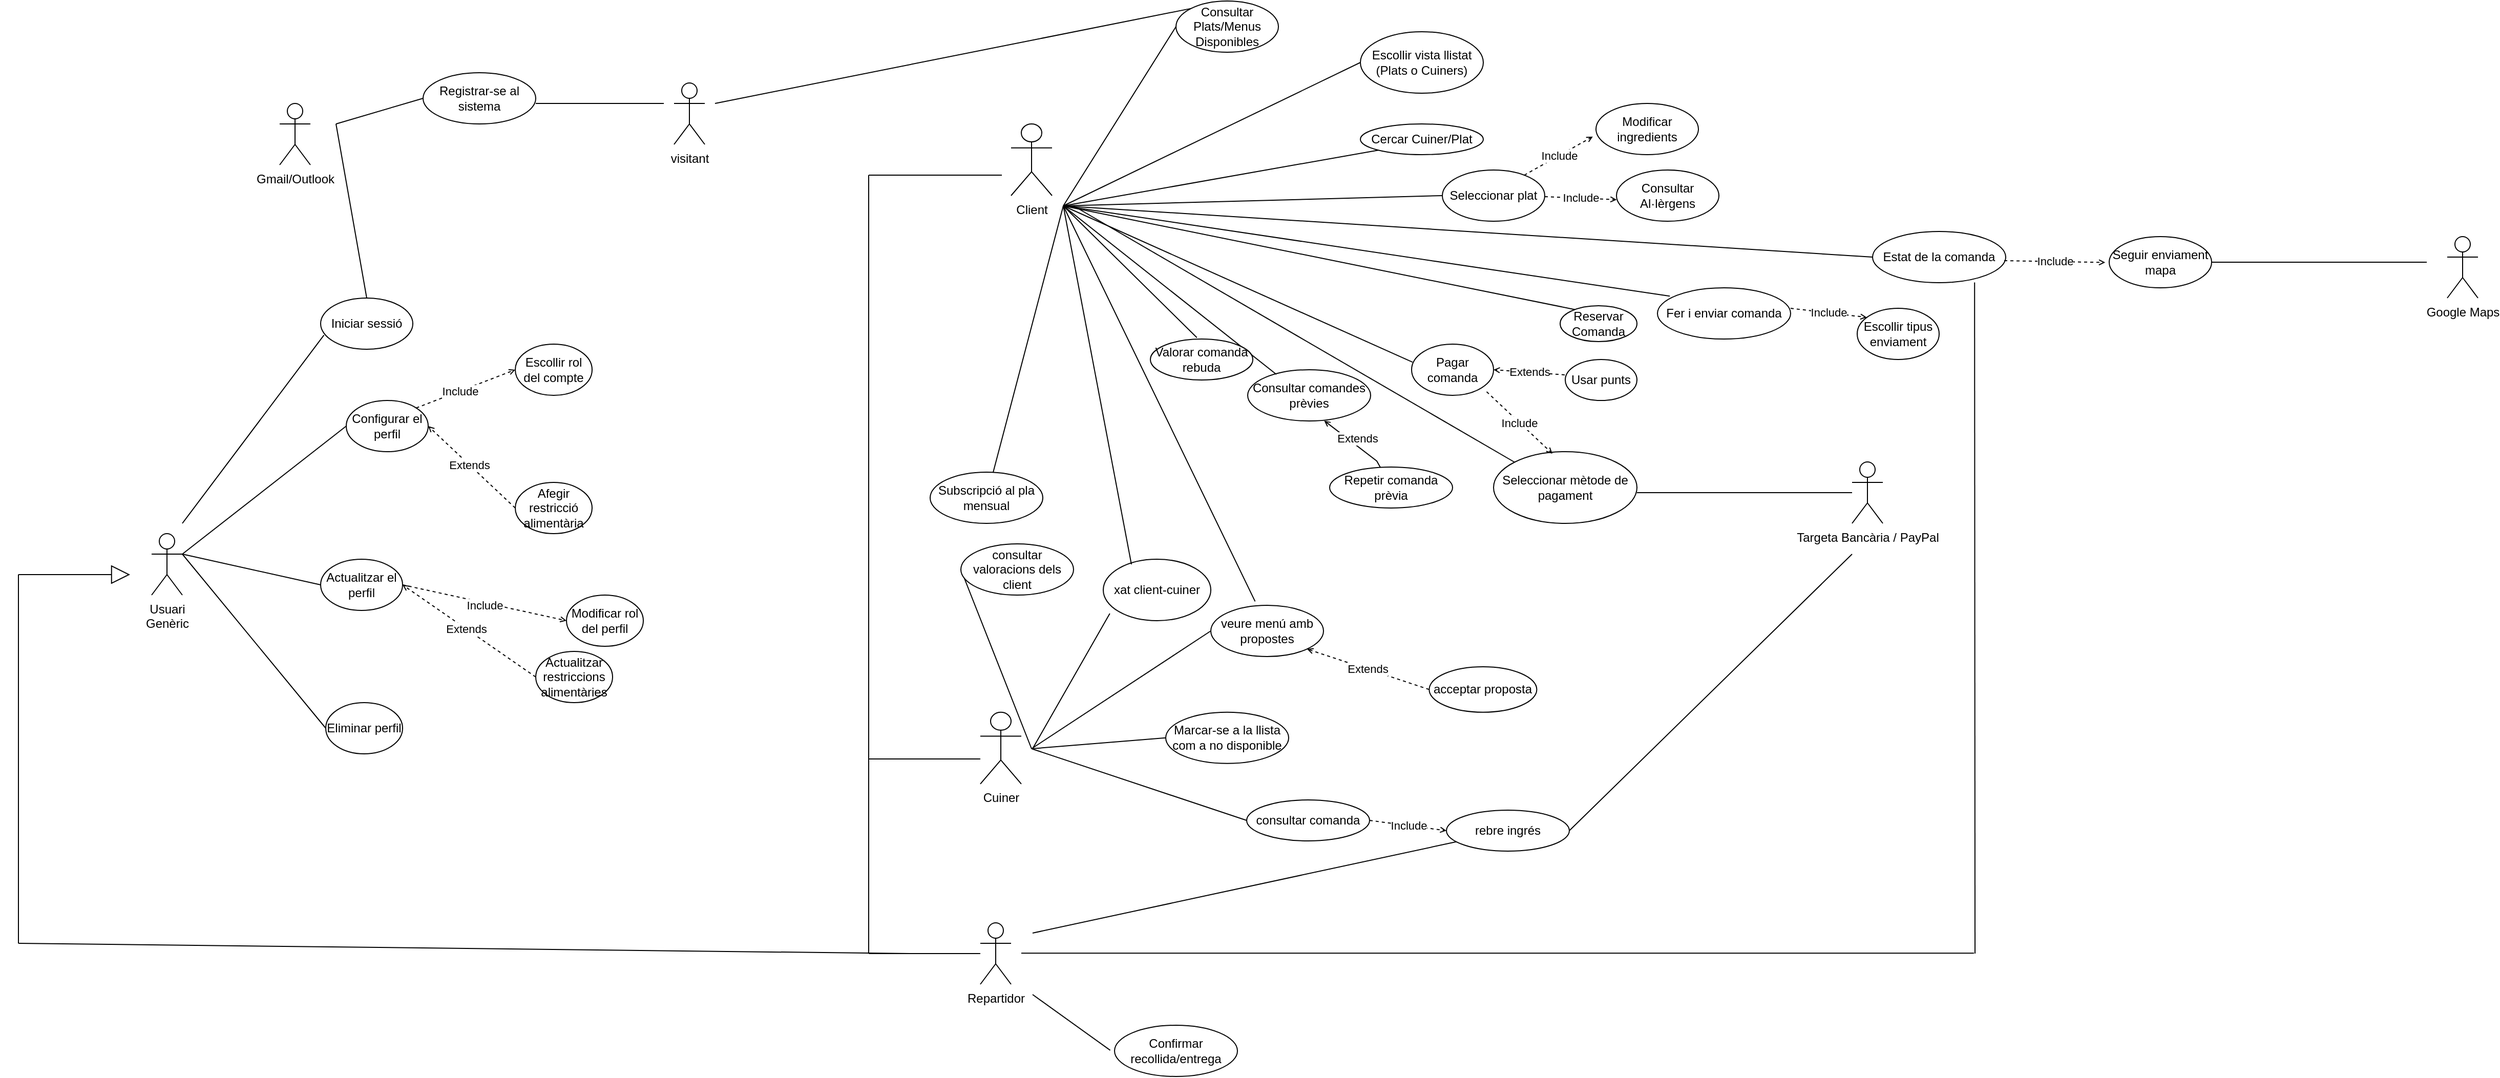
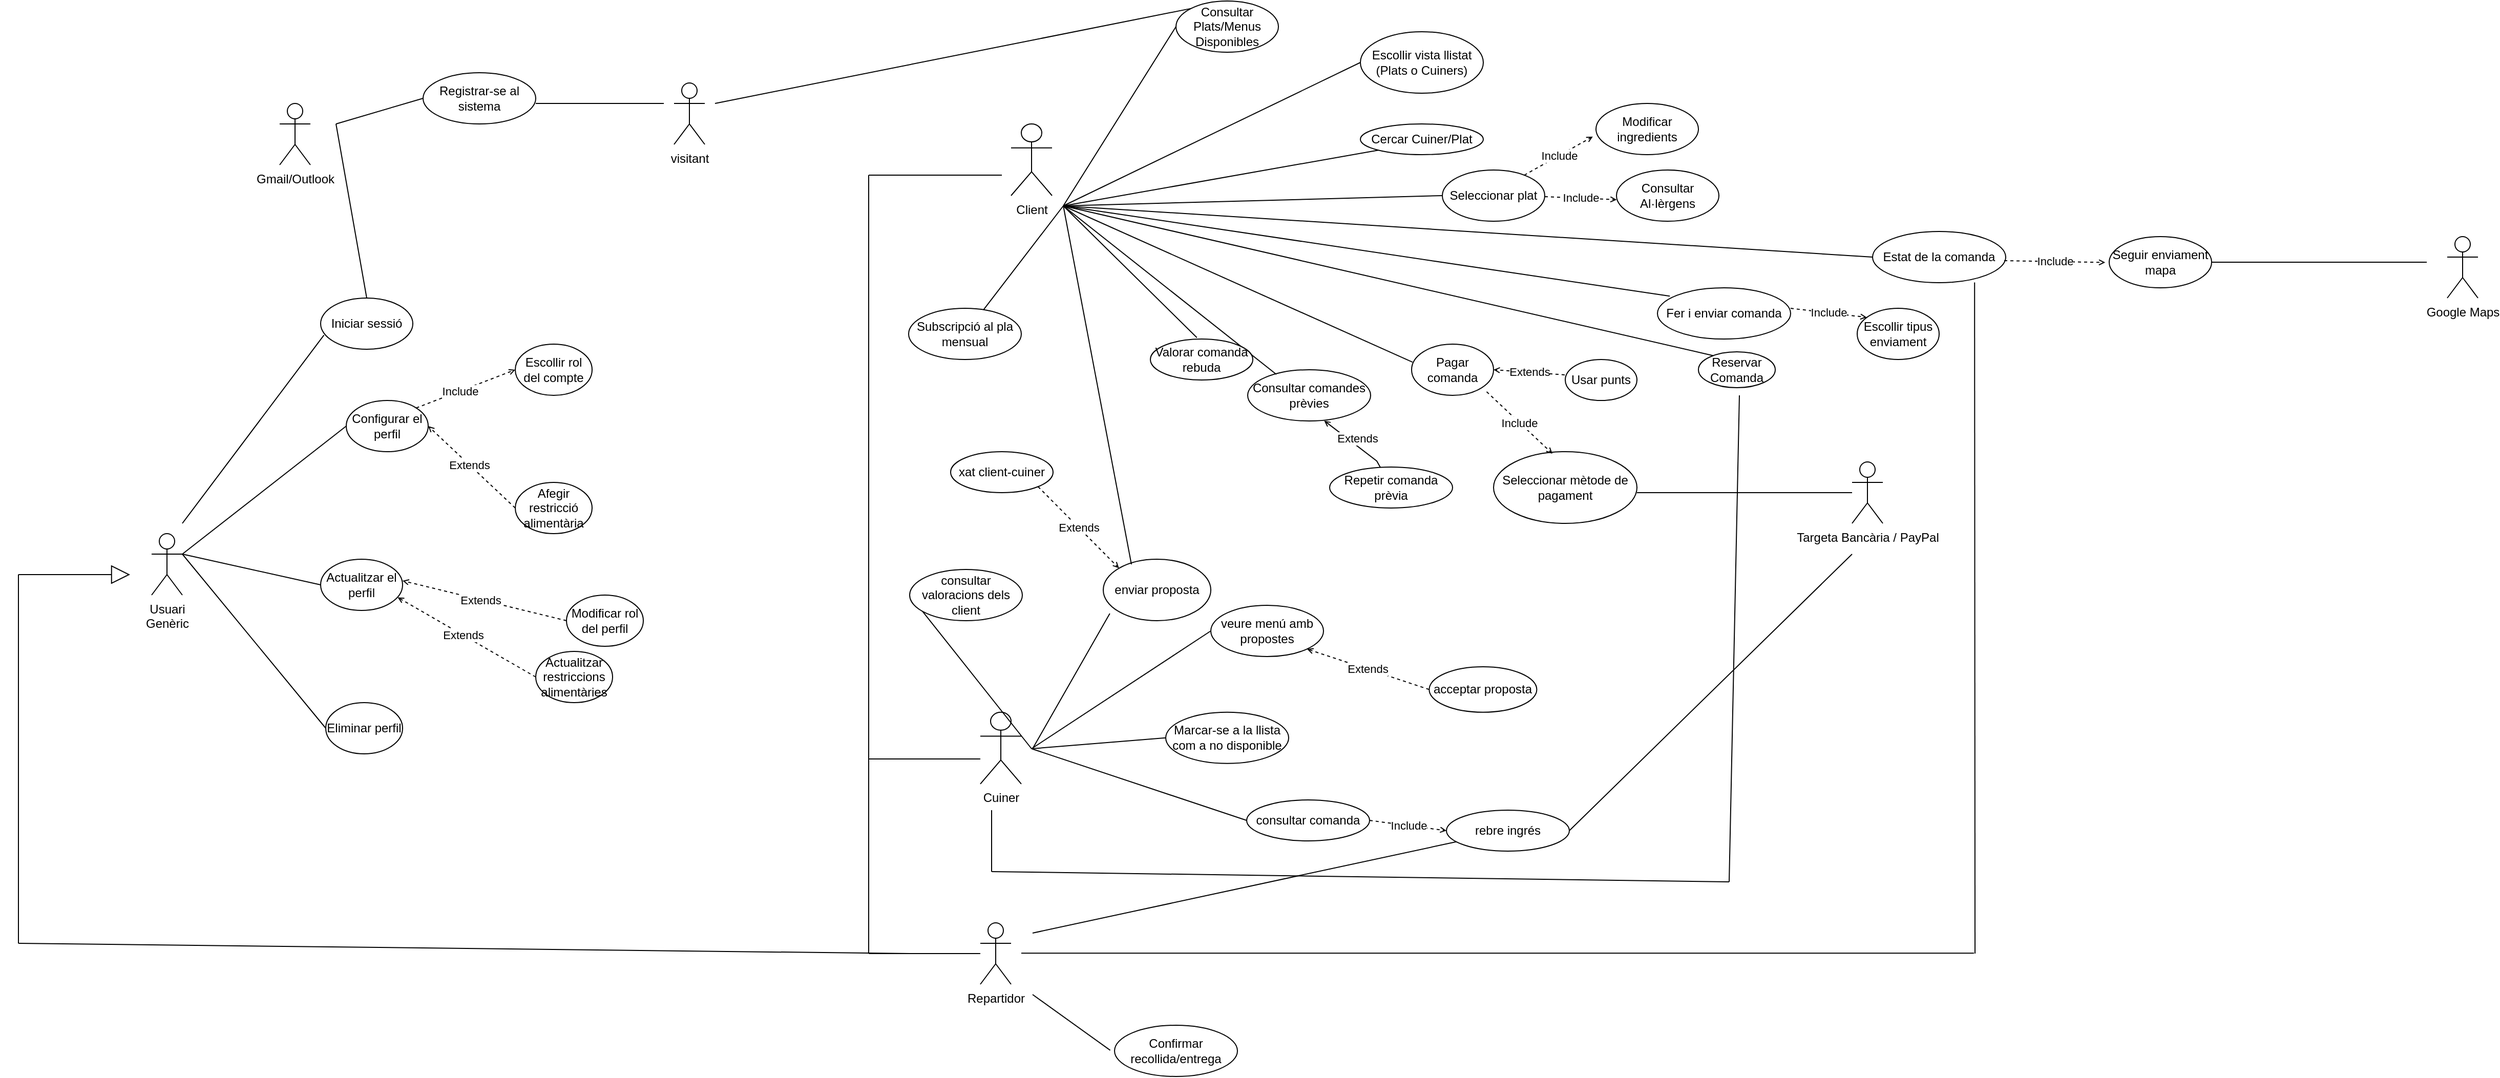
<mxfile host="Electron">
  <diagram name="Página-1" id="0Nidf0E8mdSC4pQg_gNM">
-     <mxGraphModel dx="2747" dy="1247" grid="1" gridSize="10" guides="1" tooltips="1" connect="1" arrows="1" fold="1" page="1" pageScale="1" pageWidth="827" pageHeight="1169" math="0" shadow="0">
+     <mxGraphModel dx="2347" dy="988" grid="1" gridSize="10" guides="1" tooltips="1" connect="1" arrows="1" fold="1" page="1" pageScale="1" pageWidth="827" pageHeight="1169" math="0" shadow="0">
      <root>
        <mxCell id="0" />
        <mxCell id="1" parent="0" />
        <mxCell id="X34j-RmaQOBkDingt3nB-1" parent="1" style="shape=umlActor;verticalLabelPosition=bottom;verticalAlign=top;html=1;outlineConnect=0;direction=east;" value="visitant" vertex="1">
          <mxGeometry height="60" width="30" x="540" y="110" as="geometry" />
        </mxCell>
        <mxCell id="X34j-RmaQOBkDingt3nB-2" parent="1" style="ellipse;whiteSpace=wrap;html=1;" value="Registrar-se al sistema" vertex="1">
          <mxGeometry height="50" width="110" x="295" y="100" as="geometry" />
        </mxCell>
        <mxCell id="X34j-RmaQOBkDingt3nB-6" parent="1" style="shape=umlActor;verticalLabelPosition=bottom;verticalAlign=top;html=1;outlineConnect=0;" value="Gmail/Outlook" vertex="1">
          <mxGeometry height="60" width="30" x="155" y="130" as="geometry" />
        </mxCell>
        <mxCell id="X34j-RmaQOBkDingt3nB-8" edge="1" parent="1" source="X34j-RmaQOBkDingt3nB-9" style="edgeStyle=none;shape=connector;rounded=0;orthogonalLoop=1;jettySize=auto;html=1;exitX=1;exitY=0.3333333333333333;exitDx=0;exitDy=0;entryX=0;entryY=0.5;entryDx=0;entryDy=0;strokeColor=default;align=center;verticalAlign=middle;fontFamily=Helvetica;fontSize=11;fontColor=default;labelBackgroundColor=default;endArrow=none;endFill=0;exitPerimeter=0;" target="X34j-RmaQOBkDingt3nB-18">
          <mxGeometry relative="1" as="geometry" />
        </mxCell>
        <mxCell id="X34j-RmaQOBkDingt3nB-9" parent="1" style="shape=umlActor;verticalLabelPosition=bottom;verticalAlign=top;html=1;outlineConnect=0;direction=east;" value="Usuari&lt;div&gt;Genèric&lt;/div&gt;" vertex="1">
          <mxGeometry height="60" width="30" x="30" y="550" as="geometry" />
        </mxCell>
        <mxCell id="X34j-RmaQOBkDingt3nB-16" edge="1" parent="1" source="X34j-RmaQOBkDingt3nB-22" style="edgeStyle=none;shape=connector;rounded=0;orthogonalLoop=1;jettySize=auto;html=1;exitX=0;exitY=0.5;exitDx=0;exitDy=0;entryX=1;entryY=0.5;entryDx=0;entryDy=0;strokeColor=default;align=center;verticalAlign=middle;fontFamily=Helvetica;fontSize=11;fontColor=default;labelBackgroundColor=default;endArrow=open;endFill=0;endSize=4;dashed=1;" target="X34j-RmaQOBkDingt3nB-18">
          <mxGeometry relative="1" as="geometry" />
        </mxCell>
        <mxCell id="X34j-RmaQOBkDingt3nB-17" connectable="0" parent="X34j-RmaQOBkDingt3nB-16" style="edgeLabel;html=1;align=center;verticalAlign=middle;points=[];fontFamily=Helvetica;fontSize=11;fontColor=default;labelBackgroundColor=default;rounded=0;strokeColor=default;" value="Extends" vertex="1">
          <mxGeometry relative="1" x="0.0587" as="geometry">
            <mxPoint as="offset" />
          </mxGeometry>
        </mxCell>
        <mxCell id="X34j-RmaQOBkDingt3nB-18" parent="1" style="ellipse;whiteSpace=wrap;html=1;direction=east;" value="Configurar el perfil" vertex="1">
          <mxGeometry height="50" width="80" x="220" y="420" as="geometry" />
        </mxCell>
        <mxCell id="X34j-RmaQOBkDingt3nB-21" parent="1" style="ellipse;whiteSpace=wrap;html=1;direction=east;" value="Escollir rol del compte" vertex="1">
          <mxGeometry height="50" width="75" x="385" y="365" as="geometry" />
        </mxCell>
        <mxCell id="X34j-RmaQOBkDingt3nB-22" parent="1" style="ellipse;whiteSpace=wrap;html=1;direction=east;" value="Afegir restricció alimentària" vertex="1">
          <mxGeometry height="50" width="75" x="385" y="500" as="geometry" />
        </mxCell>
        <mxCell id="X34j-RmaQOBkDingt3nB-23" edge="1" parent="1" source="X34j-RmaQOBkDingt3nB-24" style="edgeStyle=none;shape=connector;rounded=0;orthogonalLoop=1;jettySize=auto;html=1;exitX=0;exitY=0.5;exitDx=0;exitDy=0;strokeColor=default;align=center;verticalAlign=middle;fontFamily=Helvetica;fontSize=11;fontColor=default;labelBackgroundColor=default;endArrow=none;endFill=0;entryX=0;entryY=0.5;entryDx=0;entryDy=0;">
          <mxGeometry relative="1" as="geometry">
            <mxPoint x="60" y="570" as="targetPoint" />
          </mxGeometry>
        </mxCell>
        <mxCell id="X34j-RmaQOBkDingt3nB-24" parent="1" style="ellipse;whiteSpace=wrap;html=1;direction=east;" value="Eliminar perfil" vertex="1">
          <mxGeometry height="50" width="75" x="200" y="715" as="geometry" />
        </mxCell>
        <mxCell id="X34j-RmaQOBkDingt3nB-25" edge="1" parent="1" source="X34j-RmaQOBkDingt3nB-42" style="edgeStyle=none;shape=connector;rounded=0;orthogonalLoop=1;jettySize=auto;html=1;exitX=0;exitY=0.5;exitDx=0;exitDy=0;entryX=1;entryY=0.3333333333333333;entryDx=0;entryDy=0;strokeColor=default;align=center;verticalAlign=middle;fontFamily=Helvetica;fontSize=11;fontColor=default;labelBackgroundColor=default;endArrow=none;endFill=0;entryPerimeter=0;" target="X34j-RmaQOBkDingt3nB-9">
          <mxGeometry relative="1" as="geometry">
            <mxPoint x="230.00000000000136" y="845" as="sourcePoint" />
          </mxGeometry>
        </mxCell>
        <mxCell id="X34j-RmaQOBkDingt3nB-26" edge="1" parent="1" style="edgeStyle=none;shape=connector;rounded=0;orthogonalLoop=1;jettySize=auto;html=1;exitX=1;exitY=0.5;exitDx=0;exitDy=0;entryX=0;entryY=0.5;entryDx=0;entryDy=0;strokeColor=default;align=center;verticalAlign=middle;fontFamily=Helvetica;fontSize=11;fontColor=default;labelBackgroundColor=default;endArrow=open;endFill=0;endSize=4;">
          <mxGeometry relative="1" as="geometry">
            <mxPoint x="549.9999999999795" y="350" as="sourcePoint" />
          </mxGeometry>
        </mxCell>
-         <mxCell id="X34j-RmaQOBkDingt3nB-36" edge="1" parent="1" source="X34j-RmaQOBkDingt3nB-42" style="edgeStyle=none;shape=connector;rounded=0;orthogonalLoop=1;jettySize=auto;html=1;exitX=1;exitY=0.5;exitDx=0;exitDy=0;entryX=0;entryY=0.5;entryDx=0;entryDy=0;strokeColor=default;align=center;verticalAlign=middle;fontFamily=Helvetica;fontSize=11;fontColor=default;labelBackgroundColor=default;endArrow=open;endFill=0;endSize=4;dashed=1;" target="X34j-RmaQOBkDingt3nB-45">
-           <mxGeometry relative="1" as="geometry" />
-         </mxCell>
-         <mxCell id="X34j-RmaQOBkDingt3nB-37" connectable="0" parent="X34j-RmaQOBkDingt3nB-36" style="edgeLabel;html=1;align=center;verticalAlign=middle;points=[];fontFamily=Helvetica;fontSize=11;fontColor=default;labelBackgroundColor=default;rounded=0;strokeColor=default;" value="Include" vertex="1">
-           <mxGeometry relative="1" x="0.0101" y="-2" as="geometry">
-             <mxPoint as="offset" />
-           </mxGeometry>
-         </mxCell>
-         <mxCell id="X34j-RmaQOBkDingt3nB-38" edge="1" parent="1" source="X34j-RmaQOBkDingt3nB-46" style="edgeStyle=none;shape=connector;rounded=0;orthogonalLoop=1;jettySize=auto;html=1;exitX=0;exitY=0.5;exitDx=0;exitDy=0;entryX=1;entryY=0.5;entryDx=0;entryDy=0;strokeColor=default;align=center;verticalAlign=middle;fontFamily=Helvetica;fontSize=11;fontColor=default;labelBackgroundColor=default;endArrow=open;endFill=0;endSize=4;dashed=1;" target="X34j-RmaQOBkDingt3nB-42">
+         <mxCell id="X34j-RmaQOBkDingt3nB-38" edge="1" parent="1" source="X34j-RmaQOBkDingt3nB-46" style="edgeStyle=none;shape=connector;rounded=0;orthogonalLoop=1;jettySize=auto;html=1;exitX=0;exitY=0.5;exitDx=0;exitDy=0;entryX=0.94;entryY=0.744;entryDx=0;entryDy=0;strokeColor=default;align=center;verticalAlign=middle;fontFamily=Helvetica;fontSize=11;fontColor=default;labelBackgroundColor=default;endArrow=open;endFill=0;endSize=4;dashed=1;entryPerimeter=0;" target="X34j-RmaQOBkDingt3nB-42">
          <mxGeometry relative="1" as="geometry" />
        </mxCell>
        <mxCell id="X34j-RmaQOBkDingt3nB-39" connectable="0" parent="X34j-RmaQOBkDingt3nB-38" style="edgeLabel;html=1;align=center;verticalAlign=middle;points=[];fontFamily=Helvetica;fontSize=11;fontColor=default;labelBackgroundColor=default;rounded=0;strokeColor=default;" value="Extends" vertex="1">
          <mxGeometry relative="1" x="0.0587" as="geometry">
            <mxPoint as="offset" />
          </mxGeometry>
        </mxCell>
        <mxCell id="X34j-RmaQOBkDingt3nB-42" parent="1" style="ellipse;whiteSpace=wrap;html=1;direction=east;" value="Actualitzar el perfil" vertex="1">
          <mxGeometry height="50" width="80" x="195" y="575" as="geometry" />
        </mxCell>
        <mxCell id="X34j-RmaQOBkDingt3nB-45" parent="1" style="ellipse;whiteSpace=wrap;html=1;direction=east;" value="Modificar rol del perfil" vertex="1">
          <mxGeometry height="50" width="75" x="435" y="610" as="geometry" />
        </mxCell>
        <mxCell id="X34j-RmaQOBkDingt3nB-46" parent="1" style="ellipse;whiteSpace=wrap;html=1;direction=east;" value="Actualitzar restriccions alimentàries" vertex="1">
          <mxGeometry height="50" width="75" x="405" y="665" as="geometry" />
        </mxCell>
        <mxCell id="X34j-RmaQOBkDingt3nB-50" parent="1" style="ellipse;whiteSpace=wrap;html=1;" value="Iniciar sessió" vertex="1">
          <mxGeometry height="50" width="90" x="195" y="320" as="geometry" />
        </mxCell>
        <mxCell id="X34j-RmaQOBkDingt3nB-51" edge="1" parent="1" style="endArrow=none;html=1;rounded=0;entryX=0.036;entryY=0.724;entryDx=0;entryDy=0;entryPerimeter=0;" target="X34j-RmaQOBkDingt3nB-50" value="">
          <mxGeometry height="50" relative="1" width="50" as="geometry">
            <mxPoint x="60" y="540" as="sourcePoint" />
            <mxPoint x="110" y="490" as="targetPoint" />
          </mxGeometry>
        </mxCell>
        <mxCell id="L8pRYwOYS8yWRl4paBZv-1" parent="1" style="shape=umlActor;verticalLabelPosition=bottom;verticalAlign=top;html=1;" value="Cuiner" vertex="1">
          <mxGeometry height="70" width="40" x="839" y="724.4000000000001" as="geometry" />
        </mxCell>
        <mxCell id="L8pRYwOYS8yWRl4paBZv-2" edge="1" parent="1" source="L8pRYwOYS8yWRl4paBZv-3" style="endArrow=none;html=1;rounded=0;exitX=0;exitY=0.5;exitDx=0;exitDy=0;" value="">
          <mxGeometry height="50" relative="1" width="50" as="geometry">
            <mxPoint x="1069" y="800" as="sourcePoint" />
            <mxPoint x="889" y="760" as="targetPoint" />
          </mxGeometry>
        </mxCell>
        <mxCell id="L8pRYwOYS8yWRl4paBZv-3" parent="1" style="ellipse;whiteSpace=wrap;html=1;" value="Marcar-se a la llista com a no disponible" vertex="1">
          <mxGeometry height="50" width="120" x="1020" y="724.4" as="geometry" />
        </mxCell>
        <mxCell id="L8pRYwOYS8yWRl4paBZv-4" edge="1" parent="1" source="L8pRYwOYS8yWRl4paBZv-5" style="endArrow=none;html=1;rounded=0;exitX=0;exitY=0.5;exitDx=0;exitDy=0;" value="">
          <mxGeometry height="50" relative="1" width="50" as="geometry">
            <mxPoint x="1099" y="930" as="sourcePoint" />
            <mxPoint x="889" y="760" as="targetPoint" />
          </mxGeometry>
        </mxCell>
        <mxCell id="L8pRYwOYS8yWRl4paBZv-5" parent="1" style="ellipse;whiteSpace=wrap;html=1;" value="consultar valoracions dels client" vertex="1">
-           <mxGeometry height="50" width="110" x="820" y="560" as="geometry" />
+           <mxGeometry height="50" width="110" x="770" y="585" as="geometry" />
        </mxCell>
        <mxCell id="L8pRYwOYS8yWRl4paBZv-6" edge="1" parent="1" source="L8pRYwOYS8yWRl4paBZv-7" style="endArrow=none;html=1;rounded=0;exitX=0;exitY=0.5;exitDx=0;exitDy=0;" value="">
          <mxGeometry height="50" relative="1" width="50" as="geometry">
            <mxPoint x="1099" y="1010" as="sourcePoint" />
            <mxPoint x="889" y="760" as="targetPoint" />
          </mxGeometry>
        </mxCell>
        <mxCell id="L8pRYwOYS8yWRl4paBZv-7" parent="1" style="ellipse;whiteSpace=wrap;html=1;" value="&lt;div&gt;veure menú amb propostes&lt;/div&gt;" vertex="1">
          <mxGeometry height="50" width="110" x="1064" y="620" as="geometry" />
        </mxCell>
        <mxCell id="L8pRYwOYS8yWRl4paBZv-9" parent="1" style="ellipse;whiteSpace=wrap;html=1;" value="acceptar proposta" vertex="1">
          <mxGeometry height="44.4" width="105" x="1277.19" y="680" as="geometry" />
        </mxCell>
        <mxCell id="L8pRYwOYS8yWRl4paBZv-11" edge="1" parent="1" source="L8pRYwOYS8yWRl4paBZv-12" style="endArrow=none;html=1;rounded=0;exitX=0;exitY=0.5;exitDx=0;exitDy=0;" value="">
          <mxGeometry height="50" relative="1" width="50" as="geometry">
            <mxPoint x="1229" y="1150" as="sourcePoint" />
            <mxPoint x="889" y="760" as="targetPoint" />
          </mxGeometry>
        </mxCell>
        <mxCell id="L8pRYwOYS8yWRl4paBZv-12" parent="1" style="ellipse;whiteSpace=wrap;html=1;" value="consultar comanda" vertex="1">
          <mxGeometry height="40" width="120" x="1099" y="810" as="geometry" />
        </mxCell>
        <mxCell id="L8pRYwOYS8yWRl4paBZv-14" edge="1" parent="1" source="L8pRYwOYS8yWRl4paBZv-16" style="endArrow=none;html=1;rounded=0;exitX=1;exitY=0.5;exitDx=0;exitDy=0;" value="">
          <mxGeometry height="50" relative="1" width="50" as="geometry">
            <mxPoint x="1459" y="840" as="sourcePoint" />
            <mxPoint x="1690" y="570" as="targetPoint" />
          </mxGeometry>
        </mxCell>
        <mxCell id="L8pRYwOYS8yWRl4paBZv-15" edge="1" parent="1" source="L8pRYwOYS8yWRl4paBZv-9" style="endArrow=open;endSize=4;endFill=0;html=1;rounded=0;entryX=1;entryY=1;entryDx=0;entryDy=0;exitX=0;exitY=0.5;exitDx=0;exitDy=0;strokeColor=default;align=center;verticalAlign=middle;fontFamily=Helvetica;fontSize=11;fontColor=default;labelBackgroundColor=default;dashed=1;" target="L8pRYwOYS8yWRl4paBZv-7" value="Extends">
          <mxGeometry relative="1" width="160" as="geometry">
            <mxPoint x="1320" y="680" as="sourcePoint" />
            <mxPoint x="1234" y="697" as="targetPoint" />
          </mxGeometry>
        </mxCell>
        <mxCell id="L8pRYwOYS8yWRl4paBZv-16" parent="1" style="ellipse;whiteSpace=wrap;html=1;" value="rebre ingrés" vertex="1">
          <mxGeometry height="40" width="120" x="1294" y="820" as="geometry" />
        </mxCell>
        <mxCell id="L8pRYwOYS8yWRl4paBZv-17" edge="1" parent="1" source="L8pRYwOYS8yWRl4paBZv-12" style="endArrow=open;endSize=4;endFill=0;html=1;rounded=0;exitX=1;exitY=0.5;exitDx=0;exitDy=0;entryX=0;entryY=0.5;entryDx=0;entryDy=0;strokeColor=default;align=center;verticalAlign=middle;fontFamily=Helvetica;fontSize=11;fontColor=default;labelBackgroundColor=default;dashed=1;" target="L8pRYwOYS8yWRl4paBZv-16" value="Include">
          <mxGeometry relative="1" width="160" as="geometry">
            <mxPoint x="1509" y="780" as="sourcePoint" />
            <mxPoint x="1553" y="809" as="targetPoint" />
          </mxGeometry>
        </mxCell>
        <mxCell id="L8pRYwOYS8yWRl4paBZv-20" parent="1" style="shape=umlActor;verticalLabelPosition=bottom;verticalAlign=top;html=1;direction=east;" value="Client" vertex="1">
          <mxGeometry height="70" width="40" x="869" y="150" as="geometry" />
        </mxCell>
        <mxCell id="L8pRYwOYS8yWRl4paBZv-21" parent="1" style="shape=umlActor;verticalLabelPosition=bottom;verticalAlign=top;html=1;" value="Targeta Bancària / PayPal" vertex="1">
          <mxGeometry height="60" width="30" x="1690" y="480" as="geometry" />
        </mxCell>
        <mxCell id="L8pRYwOYS8yWRl4paBZv-22" parent="1" style="shape=umlActor;verticalLabelPosition=bottom;verticalAlign=top;html=1;direction=east;" value="Google Maps" vertex="1">
          <mxGeometry height="60" width="30" x="2271" y="260" as="geometry" />
        </mxCell>
        <mxCell id="L8pRYwOYS8yWRl4paBZv-23" parent="1" style="ellipse;whiteSpace=wrap;html=1;direction=east;" value="Consultar Plats/Menus Disponibles" vertex="1">
          <mxGeometry height="50" width="100" x="1030" y="30" as="geometry" />
        </mxCell>
        <mxCell id="L8pRYwOYS8yWRl4paBZv-24" edge="1" parent="1" style="endArrow=none;html=1;rounded=0;entryX=0;entryY=0.5;entryDx=0;entryDy=0;exitX=0;exitY=0.5;exitDx=0;exitDy=0;" target="L8pRYwOYS8yWRl4paBZv-23" value="">
          <mxGeometry height="50" relative="1" width="50" as="geometry">
            <mxPoint x="920" y="230" as="sourcePoint" />
            <mxPoint x="980" y="130" as="targetPoint" />
          </mxGeometry>
        </mxCell>
        <mxCell id="L8pRYwOYS8yWRl4paBZv-25" parent="1" style="ellipse;whiteSpace=wrap;html=1;direction=east;" value="Seleccionar plat" vertex="1">
          <mxGeometry height="50" width="100" x="1290" y="195" as="geometry" />
        </mxCell>
        <mxCell id="L8pRYwOYS8yWRl4paBZv-27" parent="1" style="ellipse;whiteSpace=wrap;html=1;direction=east;" value="Modificar ingredients" vertex="1">
          <mxGeometry height="50" width="100" x="1440" y="130" as="geometry" />
        </mxCell>
        <mxCell id="L8pRYwOYS8yWRl4paBZv-29" parent="1" style="ellipse;whiteSpace=wrap;html=1;direction=east;" value="Consultar Al·lèrgens" vertex="1">
          <mxGeometry height="50" width="100" x="1460" y="195" as="geometry" />
        </mxCell>
        <mxCell id="L8pRYwOYS8yWRl4paBZv-30" edge="1" parent="1" style="endArrow=none;html=1;rounded=0;entryX=0;entryY=0.5;entryDx=0;entryDy=0;exitX=0;exitY=0.5;exitDx=0;exitDy=0;" target="L8pRYwOYS8yWRl4paBZv-32" value="">
          <mxGeometry height="50" relative="1" width="50" as="geometry">
            <Array as="points" />
            <mxPoint x="920" y="230" as="sourcePoint" />
            <mxPoint x="1110" y="290" as="targetPoint" />
          </mxGeometry>
        </mxCell>
        <mxCell id="L8pRYwOYS8yWRl4paBZv-31" parent="1" style="ellipse;whiteSpace=wrap;html=1;direction=east;" value="Cercar Cuiner/Plat" vertex="1">
          <mxGeometry height="30" width="120" x="1210" y="150" as="geometry" />
        </mxCell>
        <mxCell id="L8pRYwOYS8yWRl4paBZv-32" parent="1" style="ellipse;whiteSpace=wrap;html=1;direction=east;" value="Escollir vista llistat&lt;div&gt;(Plats o Cuiners)&lt;/div&gt;" vertex="1">
          <mxGeometry height="60" width="120" x="1210" y="60" as="geometry" />
        </mxCell>
        <mxCell id="L8pRYwOYS8yWRl4paBZv-33" edge="1" parent="1" style="endArrow=none;html=1;rounded=0;entryX=0;entryY=1;entryDx=0;entryDy=0;exitX=0;exitY=1;exitDx=0;exitDy=0;" target="L8pRYwOYS8yWRl4paBZv-31" value="">
          <mxGeometry height="50" relative="1" width="50" as="geometry">
            <mxPoint x="920" y="230" as="sourcePoint" />
            <mxPoint x="860" y="-40" as="targetPoint" />
          </mxGeometry>
        </mxCell>
        <mxCell id="L8pRYwOYS8yWRl4paBZv-34" parent="1" style="ellipse;whiteSpace=wrap;html=1;direction=east;" value="Fer i enviar comanda" vertex="1">
          <mxGeometry height="50" width="130" x="1500" y="310" as="geometry" />
        </mxCell>
        <mxCell id="L8pRYwOYS8yWRl4paBZv-35" edge="1" parent="1" style="endArrow=none;html=1;rounded=0;entryX=0.093;entryY=0.163;entryDx=0;entryDy=0;entryPerimeter=0;exitX=0.093;exitY=0.163;exitDx=0;exitDy=0;exitPerimeter=0;" target="L8pRYwOYS8yWRl4paBZv-34" value="">
          <mxGeometry height="50" relative="1" width="50" as="geometry">
            <mxPoint x="920" y="230" as="sourcePoint" />
            <mxPoint x="1126.04" y="309.9000000000001" as="targetPoint" />
          </mxGeometry>
        </mxCell>
        <mxCell id="L8pRYwOYS8yWRl4paBZv-36" parent="1" style="ellipse;whiteSpace=wrap;html=1;direction=east;" value="Reservar Comanda" vertex="1">
-           <mxGeometry height="35" width="75" x="1405" y="327.5" as="geometry" />
+           <mxGeometry height="35" width="75" x="1540" y="372.5" as="geometry" />
        </mxCell>
        <mxCell id="L8pRYwOYS8yWRl4paBZv-37" edge="1" parent="1" style="endArrow=none;html=1;rounded=0;entryX=0.193;entryY=0.106;entryDx=0;entryDy=0;entryPerimeter=0;exitX=0.193;exitY=0.106;exitDx=0;exitDy=0;exitPerimeter=0;" target="L8pRYwOYS8yWRl4paBZv-36" value="">
          <mxGeometry height="50" relative="1" width="50" as="geometry">
            <mxPoint x="920" y="230" as="sourcePoint" />
            <mxPoint x="1060" y="330" as="targetPoint" />
          </mxGeometry>
        </mxCell>
        <mxCell id="L8pRYwOYS8yWRl4paBZv-38" parent="1" style="ellipse;whiteSpace=wrap;html=1;direction=east;" value="Seguir enviament mapa" vertex="1">
          <mxGeometry height="50" width="100" x="1941" y="260" as="geometry" />
        </mxCell>
        <mxCell id="L8pRYwOYS8yWRl4paBZv-39" edge="1" parent="1" style="endArrow=none;html=1;rounded=0;" value="">
          <mxGeometry height="50" relative="1" width="50" as="geometry">
            <mxPoint x="2041" y="285" as="sourcePoint" />
            <mxPoint x="2251" y="285" as="targetPoint" />
          </mxGeometry>
        </mxCell>
        <mxCell id="L8pRYwOYS8yWRl4paBZv-40" parent="1" style="ellipse;whiteSpace=wrap;html=1;direction=east;" value="Escollir tipus enviament" vertex="1">
          <mxGeometry height="50" width="80" x="1695" y="330" as="geometry" />
        </mxCell>
        <mxCell id="L8pRYwOYS8yWRl4paBZv-41" edge="1" parent="1" style="endArrow=open;endSize=4;endFill=0;html=1;rounded=0;exitX=0.116;exitY=0.177;exitDx=0;exitDy=0;entryX=0.116;entryY=0.177;entryDx=0;entryDy=0;entryPerimeter=0;exitPerimeter=0;strokeColor=default;align=center;verticalAlign=middle;fontFamily=Helvetica;fontSize=11;fontColor=default;labelBackgroundColor=default;dashed=1;" target="L8pRYwOYS8yWRl4paBZv-40" value="Include">
          <mxGeometry relative="1" width="160" as="geometry">
            <mxPoint x="1630" y="330" as="sourcePoint" />
            <mxPoint x="1625" y="275" as="targetPoint" />
          </mxGeometry>
        </mxCell>
        <mxCell id="L8pRYwOYS8yWRl4paBZv-42" parent="1" style="ellipse;whiteSpace=wrap;html=1;direction=east;" value="Pagar comanda" vertex="1">
          <mxGeometry height="50" width="80" x="1260" y="365" as="geometry" />
        </mxCell>
        <mxCell id="L8pRYwOYS8yWRl4paBZv-43" parent="1" style="ellipse;whiteSpace=wrap;html=1;" value="Seleccionar mètode de pagament" vertex="1">
          <mxGeometry height="70" width="140" x="1340" y="470" as="geometry" />
-         </mxCell>
-         <mxCell id="L8pRYwOYS8yWRl4paBZv-44" edge="1" parent="1" style="endArrow=none;html=1;rounded=0;entryX=0;entryY=0;entryDx=0;entryDy=0;exitX=0;exitY=0;exitDx=0;exitDy=0;" target="L8pRYwOYS8yWRl4paBZv-43" value="">
-           <mxGeometry height="50" relative="1" width="50" as="geometry">
-             <mxPoint x="930" y="230" as="sourcePoint" />
-             <mxPoint x="1350" y="469.9999999999998" as="targetPoint" />
-           </mxGeometry>
        </mxCell>
        <mxCell id="L8pRYwOYS8yWRl4paBZv-45" edge="1" parent="1" source="L8pRYwOYS8yWRl4paBZv-42" style="endArrow=open;endSize=4;endFill=0;html=1;rounded=0;exitX=0.916;exitY=0.93;exitDx=0;exitDy=0;exitPerimeter=0;entryX=0.411;entryY=0.028;entryDx=0;entryDy=0;entryPerimeter=0;strokeColor=default;align=center;verticalAlign=middle;fontFamily=Helvetica;fontSize=11;fontColor=default;labelBackgroundColor=default;dashed=1;" target="L8pRYwOYS8yWRl4paBZv-43" value="Include">
          <mxGeometry relative="1" width="160" as="geometry">
            <Array as="points" />
            <mxPoint x="1430" y="430" as="sourcePoint" />
            <mxPoint x="1400" y="470" as="targetPoint" />
          </mxGeometry>
        </mxCell>
        <mxCell id="L8pRYwOYS8yWRl4paBZv-46" edge="1" parent="1" style="endArrow=none;html=1;rounded=0;" target="L8pRYwOYS8yWRl4paBZv-21" value="">
          <mxGeometry height="50" relative="1" width="50" as="geometry">
            <mxPoint x="1480" y="510" as="sourcePoint" />
            <mxPoint x="1360" y="450" as="targetPoint" />
          </mxGeometry>
        </mxCell>
        <mxCell id="L8pRYwOYS8yWRl4paBZv-47" parent="1" style="ellipse;whiteSpace=wrap;html=1;direction=east;" value="Consultar comandes prèvies" vertex="1">
          <mxGeometry height="50" width="120" x="1100" y="390" as="geometry" />
        </mxCell>
        <mxCell id="L8pRYwOYS8yWRl4paBZv-48" edge="1" parent="1" style="endArrow=none;html=1;rounded=0;entryX=0.233;entryY=0.09;entryDx=0;entryDy=0;entryPerimeter=0;exitX=0.233;exitY=0.09;exitDx=0;exitDy=0;exitPerimeter=0;" target="L8pRYwOYS8yWRl4paBZv-47" value="">
          <mxGeometry height="50" relative="1" width="50" as="geometry">
            <mxPoint x="920" y="230" as="sourcePoint" />
            <mxPoint x="960" y="390" as="targetPoint" />
          </mxGeometry>
        </mxCell>
        <mxCell id="L8pRYwOYS8yWRl4paBZv-49" edge="1" parent="1" style="endArrow=none;html=1;rounded=0;entryX=0;entryY=0.5;entryDx=0;entryDy=0;exitX=0;exitY=0.5;exitDx=0;exitDy=0;" target="L8pRYwOYS8yWRl4paBZv-25" value="">
          <mxGeometry height="50" relative="1" width="50" as="geometry">
            <mxPoint x="920" y="230" as="sourcePoint" />
            <mxPoint x="1010" y="170" as="targetPoint" />
          </mxGeometry>
        </mxCell>
        <mxCell id="L8pRYwOYS8yWRl4paBZv-51" edge="1" parent="1" source="L8pRYwOYS8yWRl4paBZv-52" style="endArrow=open;endSize=4;endFill=0;html=1;rounded=0;exitX=0.421;exitY=0.054;exitDx=0;exitDy=0;exitPerimeter=0;entryX=0.622;entryY=0.994;entryDx=0;entryDy=0;entryPerimeter=0;strokeColor=default;align=center;verticalAlign=middle;fontFamily=Helvetica;fontSize=11;fontColor=default;labelBackgroundColor=default;" target="L8pRYwOYS8yWRl4paBZv-47" value="Extends">
          <mxGeometry relative="1" width="160" x="0.015" y="-6" as="geometry">
            <mxPoint as="offset" />
            <Array as="points">
              <mxPoint x="1226" y="479.1399999999999" />
            </Array>
            <mxPoint x="1226" y="480" as="sourcePoint" />
            <mxPoint x="1200" y="439.1399999999999" as="targetPoint" />
          </mxGeometry>
        </mxCell>
        <mxCell id="L8pRYwOYS8yWRl4paBZv-52" parent="1" style="ellipse;whiteSpace=wrap;html=1;" value="Repetir comanda prèvia" vertex="1">
          <mxGeometry height="40" width="120" x="1180" y="485" as="geometry" />
        </mxCell>
        <mxCell id="L8pRYwOYS8yWRl4paBZv-53" parent="1" style="ellipse;whiteSpace=wrap;html=1;direction=east;" value="Valorar comanda rebuda" vertex="1">
          <mxGeometry height="40" width="100" x="1005" y="360" as="geometry" />
        </mxCell>
        <mxCell id="L8pRYwOYS8yWRl4paBZv-54" edge="1" parent="1" source="L8pRYwOYS8yWRl4paBZv-53" style="endArrow=none;html=1;rounded=0;exitX=0.454;exitY=-0.035;exitDx=0;exitDy=0;exitPerimeter=0;entryX=0.454;entryY=-0.035;entryDx=0;entryDy=0;entryPerimeter=0;" value="">
          <mxGeometry height="50" relative="1" width="50" as="geometry">
            <mxPoint x="920" y="400" as="sourcePoint" />
            <mxPoint x="920" y="230" as="targetPoint" />
          </mxGeometry>
        </mxCell>
        <mxCell id="L8pRYwOYS8yWRl4paBZv-55" parent="1" style="ellipse;whiteSpace=wrap;html=1;" value="Subscripció al pla mensual" vertex="1">
-           <mxGeometry height="50" width="110" x="790" y="490" as="geometry" />
+           <mxGeometry height="50" width="110" x="769" y="330" as="geometry" />
        </mxCell>
        <mxCell id="L8pRYwOYS8yWRl4paBZv-57" edge="1" parent="1" source="L8pRYwOYS8yWRl4paBZv-55" style="endArrow=none;html=1;rounded=0;" value="">
          <mxGeometry height="50" relative="1" width="50" as="geometry">
            <mxPoint x="910" y="372.5" as="sourcePoint" />
            <mxPoint x="920" y="230" as="targetPoint" />
          </mxGeometry>
        </mxCell>
        <mxCell id="L8pRYwOYS8yWRl4paBZv-59" parent="1" style="shape=umlActor;verticalLabelPosition=bottom;verticalAlign=top;html=1;" value="Repartidor" vertex="1">
          <mxGeometry height="60" width="30" x="839" y="930" as="geometry" />
        </mxCell>
        <mxCell id="L8pRYwOYS8yWRl4paBZv-60" parent="1" style="ellipse;whiteSpace=wrap;html=1;" value="Confirmar recollida/entrega" vertex="1">
          <mxGeometry height="50" width="120" x="970" y="1030" as="geometry" />
        </mxCell>
        <mxCell id="L8pRYwOYS8yWRl4paBZv-61" edge="1" parent="1" style="endArrow=none;html=1;rounded=0;entryX=-0.035;entryY=0.489;entryDx=0;entryDy=0;entryPerimeter=0;" target="L8pRYwOYS8yWRl4paBZv-60" value="">
          <mxGeometry height="50" relative="1" width="50" as="geometry">
            <mxPoint x="890" y="1000" as="sourcePoint" />
            <mxPoint x="960" y="1000" as="targetPoint" />
          </mxGeometry>
        </mxCell>
        <mxCell id="L8pRYwOYS8yWRl4paBZv-62" edge="1" parent="1" style="endArrow=none;html=1;rounded=0;" target="L8pRYwOYS8yWRl4paBZv-16" value="">
          <mxGeometry height="50" relative="1" width="50" as="geometry">
            <mxPoint x="890" y="940" as="sourcePoint" />
            <mxPoint x="1033.3000000000002" y="928.1200000000003" as="targetPoint" />
-           </mxGeometry>
-         </mxCell>
-         <mxCell id="L8pRYwOYS8yWRl4paBZv-68" edge="1" parent="1" source="L8pRYwOYS8yWRl4paBZv-7" style="endArrow=none;html=1;rounded=0;exitX=0.393;exitY=-0.076;exitDx=0;exitDy=0;exitPerimeter=0;" value="">
-           <mxGeometry height="50" relative="1" width="50" as="geometry">
-             <mxPoint x="980" y="390" as="sourcePoint" />
-             <mxPoint x="920" y="230" as="targetPoint" />
          </mxGeometry>
        </mxCell>
        <mxCell id="L8pRYwOYS8yWRl4paBZv-69" edge="1" parent="1" style="endArrow=none;html=1;rounded=0;" value="">
          <mxGeometry height="50" relative="1" width="50" as="geometry">
            <mxPoint x="730" y="960" as="sourcePoint" />
            <mxPoint x="839" y="960" as="targetPoint" />
          </mxGeometry>
        </mxCell>
        <mxCell id="L8pRYwOYS8yWRl4paBZv-71" edge="1" parent="1" style="endArrow=none;html=1;rounded=0;" value="">
          <mxGeometry height="50" relative="1" width="50" as="geometry">
            <mxPoint x="-100" y="950" as="sourcePoint" />
            <mxPoint x="-100" y="590" as="targetPoint" />
          </mxGeometry>
        </mxCell>
        <mxCell id="L8pRYwOYS8yWRl4paBZv-72" edge="1" parent="1" style="endArrow=none;html=1;rounded=0;" value="">
          <mxGeometry height="50" relative="1" width="50" as="geometry">
            <mxPoint x="730" y="200" as="sourcePoint" />
            <mxPoint x="860" y="200" as="targetPoint" />
          </mxGeometry>
        </mxCell>
        <mxCell id="L8pRYwOYS8yWRl4paBZv-73" edge="1" parent="1" style="endArrow=none;html=1;rounded=0;" value="">
          <mxGeometry height="50" relative="1" width="50" as="geometry">
            <mxPoint x="730" y="770" as="sourcePoint" />
            <mxPoint x="839" y="770" as="targetPoint" />
          </mxGeometry>
        </mxCell>
        <mxCell id="L8pRYwOYS8yWRl4paBZv-74" edge="1" parent="1" style="endArrow=block;endSize=16;endFill=0;html=1;rounded=0;" value="">
          <mxGeometry relative="1" width="160" as="geometry">
            <mxPoint x="-100" y="590" as="sourcePoint" />
            <mxPoint x="9" y="590" as="targetPoint" />
          </mxGeometry>
        </mxCell>
        <mxCell id="o6z-8veLtRSEtCsWWEia-1" edge="1" parent="1" style="endArrow=none;html=1;rounded=0;" value="">
          <mxGeometry height="50" relative="1" width="50" as="geometry">
            <mxPoint x="-100" y="950" as="sourcePoint" />
            <mxPoint x="770" y="960" as="targetPoint" />
          </mxGeometry>
        </mxCell>
        <mxCell id="o6z-8veLtRSEtCsWWEia-2" edge="1" parent="1" style="endArrow=none;html=1;rounded=0;" value="">
          <mxGeometry height="50" relative="1" width="50" as="geometry">
            <mxPoint x="730" y="960" as="sourcePoint" />
            <mxPoint x="730" y="200" as="targetPoint" />
          </mxGeometry>
        </mxCell>
        <mxCell id="BeZXyclNrSwwSDGvmV8Q-4" edge="1" parent="1" source="X34j-RmaQOBkDingt3nB-18" style="rounded=0;orthogonalLoop=1;jettySize=auto;html=1;exitX=1;exitY=0;exitDx=0;exitDy=0;entryX=0;entryY=0.5;entryDx=0;entryDy=0;endArrow=open;endFill=0;strokeColor=default;align=center;verticalAlign=middle;fontFamily=Helvetica;fontSize=11;fontColor=default;labelBackgroundColor=default;endSize=4;dashed=1;" target="X34j-RmaQOBkDingt3nB-21">
          <mxGeometry relative="1" as="geometry">
            <mxPoint x="550" y="500" as="sourcePoint" />
            <mxPoint x="710" y="410" as="targetPoint" />
          </mxGeometry>
        </mxCell>
        <mxCell id="BeZXyclNrSwwSDGvmV8Q-5" connectable="0" parent="BeZXyclNrSwwSDGvmV8Q-4" style="edgeLabel;html=1;align=center;verticalAlign=middle;points=[];fontFamily=Helvetica;fontSize=11;fontColor=default;labelBackgroundColor=default;rounded=0;strokeColor=default;" value="Include" vertex="1">
          <mxGeometry relative="1" x="-0.1233" as="geometry">
            <mxPoint as="offset" />
          </mxGeometry>
        </mxCell>
        <mxCell id="BeZXyclNrSwwSDGvmV8Q-8" edge="1" parent="1" style="endArrow=none;html=1;rounded=0;entryX=0.011;entryY=0.351;entryDx=0;entryDy=0;entryPerimeter=0;" target="L8pRYwOYS8yWRl4paBZv-42" value="">
          <mxGeometry height="50" relative="1" width="50" as="geometry">
            <mxPoint x="920" y="230" as="sourcePoint" />
            <mxPoint x="970" y="180" as="targetPoint" />
          </mxGeometry>
        </mxCell>
        <mxCell id="BeZXyclNrSwwSDGvmV8Q-9" edge="1" parent="1" style="endArrow=open;endSize=4;endFill=0;html=1;rounded=0;exitX=0.116;exitY=0.177;exitDx=0;exitDy=0;entryX=0.002;entryY=0.579;entryDx=0;entryDy=0;entryPerimeter=0;exitPerimeter=0;strokeColor=default;align=center;verticalAlign=middle;fontFamily=Helvetica;fontSize=11;fontColor=default;labelBackgroundColor=default;dashed=1;" target="L8pRYwOYS8yWRl4paBZv-29" value="Include">
          <mxGeometry relative="1" width="160" as="geometry">
            <mxPoint x="1390" y="221" as="sourcePoint" />
            <mxPoint x="1434" y="250" as="targetPoint" />
          </mxGeometry>
        </mxCell>
        <mxCell id="BeZXyclNrSwwSDGvmV8Q-10" edge="1" parent="1" style="endArrow=open;endSize=4;endFill=0;html=1;rounded=0;exitX=0.116;exitY=0.177;exitDx=0;exitDy=0;entryX=-0.031;entryY=0.647;entryDx=0;entryDy=0;entryPerimeter=0;exitPerimeter=0;strokeColor=default;align=center;verticalAlign=middle;fontFamily=Helvetica;fontSize=11;fontColor=default;labelBackgroundColor=default;dashed=1;" target="L8pRYwOYS8yWRl4paBZv-27" value="Include">
          <mxGeometry relative="1" width="160" as="geometry">
            <mxPoint x="1370" y="200" as="sourcePoint" />
            <mxPoint x="1414" y="229" as="targetPoint" />
          </mxGeometry>
        </mxCell>
        <mxCell id="BeZXyclNrSwwSDGvmV8Q-11" parent="1" style="ellipse;whiteSpace=wrap;html=1;direction=east;" value="Estat de la comanda" vertex="1">
          <mxGeometry height="50" width="130" x="1710" y="255" as="geometry" />
        </mxCell>
        <mxCell id="BeZXyclNrSwwSDGvmV8Q-12" edge="1" parent="1" style="endArrow=none;html=1;rounded=0;entryX=0;entryY=0.5;entryDx=0;entryDy=0;" target="BeZXyclNrSwwSDGvmV8Q-11" value="">
          <mxGeometry height="50" relative="1" width="50" as="geometry">
            <mxPoint x="920" y="230" as="sourcePoint" />
            <mxPoint x="970" y="180" as="targetPoint" />
          </mxGeometry>
        </mxCell>
        <mxCell id="BeZXyclNrSwwSDGvmV8Q-13" edge="1" parent="1" style="endArrow=open;endSize=4;endFill=0;html=1;rounded=0;exitX=0.116;exitY=0.177;exitDx=0;exitDy=0;entryX=-0.039;entryY=0.505;entryDx=0;entryDy=0;entryPerimeter=0;exitPerimeter=0;strokeColor=default;align=center;verticalAlign=middle;fontFamily=Helvetica;fontSize=11;fontColor=default;labelBackgroundColor=default;dashed=1;" target="L8pRYwOYS8yWRl4paBZv-38" value="Include">
          <mxGeometry relative="1" width="160" as="geometry">
            <mxPoint x="1838.5" y="283.5" as="sourcePoint" />
            <mxPoint x="1908.5" y="286.5" as="targetPoint" />
          </mxGeometry>
        </mxCell>
        <mxCell id="BeZXyclNrSwwSDGvmV8Q-18" edge="1" parent="1" style="endArrow=none;html=1;rounded=0;" value="">
          <mxGeometry height="50" relative="1" width="50" as="geometry">
            <mxPoint x="879" y="959.68" as="sourcePoint" />
            <mxPoint x="1809" y="959.68" as="targetPoint" />
          </mxGeometry>
        </mxCell>
-         <mxCell id="BeZXyclNrSwwSDGvmV8Q-19" parent="1" style="ellipse;whiteSpace=wrap;html=1;" value="xat client-cuiner" vertex="1">
+         <mxCell id="BeZXyclNrSwwSDGvmV8Q-19" parent="1" style="ellipse;whiteSpace=wrap;html=1;" value="enviar proposta" vertex="1">
          <mxGeometry height="60" width="105" x="959" y="575" as="geometry" />
        </mxCell>
        <mxCell id="BeZXyclNrSwwSDGvmV8Q-20" edge="1" parent="1" style="endArrow=none;html=1;rounded=0;entryX=0.061;entryY=0.883;entryDx=0;entryDy=0;entryPerimeter=0;" target="BeZXyclNrSwwSDGvmV8Q-19" value="">
          <mxGeometry height="50" relative="1" width="50" as="geometry">
            <mxPoint x="890" y="760" as="sourcePoint" />
            <mxPoint x="940" y="705" as="targetPoint" />
          </mxGeometry>
        </mxCell>
        <mxCell id="BeZXyclNrSwwSDGvmV8Q-21" edge="1" parent="1" style="endArrow=none;html=1;rounded=0;" value="">
          <mxGeometry height="50" relative="1" width="50" as="geometry">
            <mxPoint x="986.5" y="580" as="sourcePoint" />
            <mxPoint x="920" y="230" as="targetPoint" />
          </mxGeometry>
        </mxCell>
        <mxCell id="qmEoioVCjLr7zOWGXT4S-2" edge="1" parent="1" style="endArrow=none;html=1;rounded=0;entryX=0.766;entryY=0.994;entryDx=0;entryDy=0;entryPerimeter=0;" target="BeZXyclNrSwwSDGvmV8Q-11" value="">
          <mxGeometry height="50" relative="1" width="50" as="geometry">
            <mxPoint x="1810" y="960" as="sourcePoint" />
            <mxPoint x="1810" y="900" as="targetPoint" />
          </mxGeometry>
        </mxCell>
        <mxCell id="qmEoioVCjLr7zOWGXT4S-6" edge="1" parent="1" style="endArrow=none;html=1;rounded=0;" value="">
          <mxGeometry height="50" relative="1" width="50" as="geometry">
            <mxPoint x="405" y="130" as="sourcePoint" />
            <mxPoint x="530" y="130" as="targetPoint" />
          </mxGeometry>
        </mxCell>
        <mxCell id="qmEoioVCjLr7zOWGXT4S-7" edge="1" parent="1" style="endArrow=none;html=1;rounded=0;entryX=0;entryY=0.5;entryDx=0;entryDy=0;" target="X34j-RmaQOBkDingt3nB-2" value="">
          <mxGeometry height="50" relative="1" width="50" as="geometry">
            <mxPoint x="210" y="150" as="sourcePoint" />
            <mxPoint x="260" y="100" as="targetPoint" />
          </mxGeometry>
        </mxCell>
        <mxCell id="qmEoioVCjLr7zOWGXT4S-8" edge="1" parent="1" source="X34j-RmaQOBkDingt3nB-50" style="endArrow=none;html=1;rounded=0;exitX=0.5;exitY=0;exitDx=0;exitDy=0;" value="">
          <mxGeometry height="50" relative="1" width="50" as="geometry">
            <mxPoint x="160" y="200" as="sourcePoint" />
            <mxPoint x="210" y="150" as="targetPoint" />
          </mxGeometry>
        </mxCell>
        <mxCell id="qmEoioVCjLr7zOWGXT4S-9" edge="1" parent="1" style="endArrow=none;html=1;rounded=0;entryX=0;entryY=0;entryDx=0;entryDy=0;" target="L8pRYwOYS8yWRl4paBZv-23" value="">
          <mxGeometry height="50" relative="1" width="50" as="geometry">
            <mxPoint x="580" y="130" as="sourcePoint" />
            <mxPoint x="630" y="80" as="targetPoint" />
          </mxGeometry>
        </mxCell>
        <mxCell id="qmEoioVCjLr7zOWGXT4S-10" edge="1" parent="1" source="qmEoioVCjLr7zOWGXT4S-11" style="endArrow=open;endSize=4;endFill=0;html=1;rounded=0;entryX=1;entryY=0.5;entryDx=0;entryDy=0;strokeColor=default;align=center;verticalAlign=middle;fontFamily=Helvetica;fontSize=11;fontColor=default;labelBackgroundColor=default;dashed=1;exitX=-0.008;exitY=0.374;exitDx=0;exitDy=0;exitPerimeter=0;" target="L8pRYwOYS8yWRl4paBZv-42" value="Extends">
          <mxGeometry relative="1" width="160" as="geometry">
            <mxPoint x="1400" y="410" as="sourcePoint" />
            <mxPoint x="1390" y="400" as="targetPoint" />
          </mxGeometry>
        </mxCell>
        <mxCell id="qmEoioVCjLr7zOWGXT4S-11" parent="1" style="ellipse;whiteSpace=wrap;html=1;" value="Usar punts" vertex="1">
          <mxGeometry height="40" width="70" x="1410" y="380" as="geometry" />
+         </mxCell>
+         <mxCell id="lKfYyP8IhmuC1iitikGq-3" edge="1" parent="1" source="lKfYyP8IhmuC1iitikGq-4" style="endArrow=open;endSize=4;endFill=0;html=1;rounded=0;strokeColor=default;align=center;verticalAlign=middle;fontFamily=Helvetica;fontSize=11;fontColor=default;labelBackgroundColor=default;dashed=1;exitX=1;exitY=1;exitDx=0;exitDy=0;entryX=0;entryY=0;entryDx=0;entryDy=0;" target="BeZXyclNrSwwSDGvmV8Q-19" value="Extends">
+           <mxGeometry relative="1" width="160" as="geometry">
+             <mxPoint x="830" y="500" as="sourcePoint" />
+             <mxPoint x="860" y="580" as="targetPoint" />
+           </mxGeometry>
+         </mxCell>
+         <mxCell id="lKfYyP8IhmuC1iitikGq-4" parent="1" style="ellipse;whiteSpace=wrap;html=1;" value="xat client-cuiner" vertex="1">
+           <mxGeometry height="40" width="100" x="810" y="470" as="geometry" />
+         </mxCell>
+         <mxCell id="lKfYyP8IhmuC1iitikGq-5" edge="1" parent="1" source="X34j-RmaQOBkDingt3nB-45" style="edgeStyle=none;shape=connector;rounded=0;orthogonalLoop=1;jettySize=auto;html=1;exitX=0;exitY=0.5;exitDx=0;exitDy=0;entryX=0.94;entryY=0.744;entryDx=0;entryDy=0;strokeColor=default;align=center;verticalAlign=middle;fontFamily=Helvetica;fontSize=11;fontColor=default;labelBackgroundColor=default;endArrow=open;endFill=0;endSize=4;dashed=1;entryPerimeter=0;">
+           <mxGeometry relative="1" as="geometry">
+             <mxPoint x="410" y="674" as="sourcePoint" />
+             <mxPoint x="275" y="596" as="targetPoint" />
+           </mxGeometry>
+         </mxCell>
+         <mxCell id="lKfYyP8IhmuC1iitikGq-6" connectable="0" parent="lKfYyP8IhmuC1iitikGq-5" style="edgeLabel;html=1;align=center;verticalAlign=middle;points=[];fontFamily=Helvetica;fontSize=11;fontColor=default;labelBackgroundColor=default;rounded=0;strokeColor=default;" value="Extends" vertex="1">
+           <mxGeometry relative="1" x="0.0587" as="geometry">
+             <mxPoint as="offset" />
+           </mxGeometry>
+         </mxCell>
+         <mxCell id="lKfYyP8IhmuC1iitikGq-7" edge="1" parent="1" style="endArrow=none;html=1;rounded=0;" value="">
+           <mxGeometry height="50" relative="1" width="50" as="geometry">
+             <mxPoint x="1570" y="890" as="sourcePoint" />
+             <mxPoint x="1580" y="415" as="targetPoint" />
+           </mxGeometry>
+         </mxCell>
+         <mxCell id="lKfYyP8IhmuC1iitikGq-8" edge="1" parent="1" style="endArrow=none;html=1;rounded=0;" value="">
+           <mxGeometry height="50" relative="1" width="50" as="geometry">
+             <mxPoint x="850" y="880" as="sourcePoint" />
+             <mxPoint x="1570" y="890" as="targetPoint" />
+           </mxGeometry>
+         </mxCell>
+         <mxCell id="lKfYyP8IhmuC1iitikGq-9" edge="1" parent="1" style="endArrow=none;html=1;rounded=0;" value="">
+           <mxGeometry height="50" relative="1" width="50" as="geometry">
+             <mxPoint x="850" y="880" as="sourcePoint" />
+             <mxPoint x="850" y="820" as="targetPoint" />
+           </mxGeometry>
        </mxCell>
      </root>
    </mxGraphModel>
  </diagram>
</mxfile>
